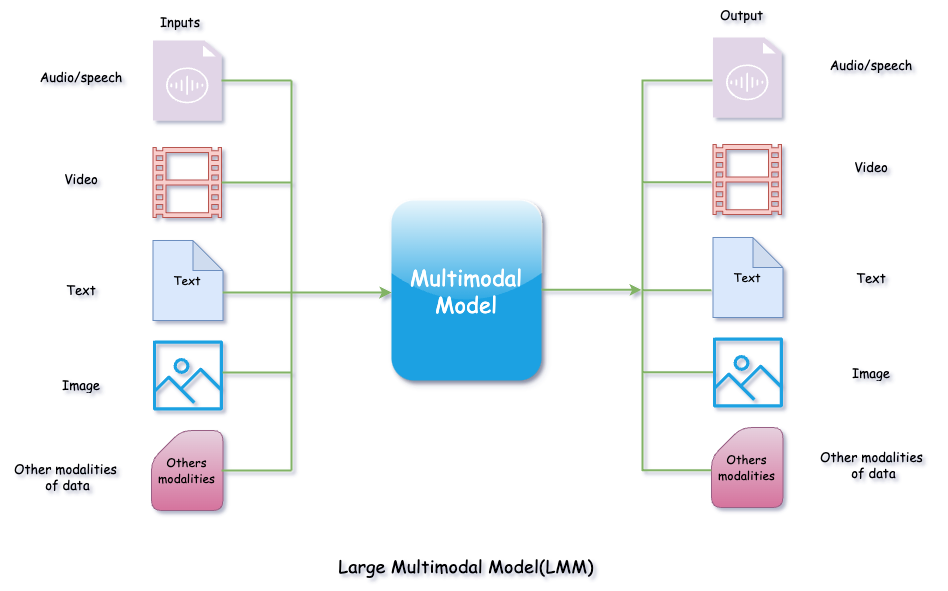
Before: static/images/posts/large-multimodal-model-prompting-with-google-gemini-and-vertex-ai/large-multimodal-model.png, a diagram exported from draw.io (dev-scripts/prakashbhandari.com.np). Source tidied: cells renumbered, new cells last; positions are measured from the earlier drawing's top-left corner, leaving out a move shared by most shapes.
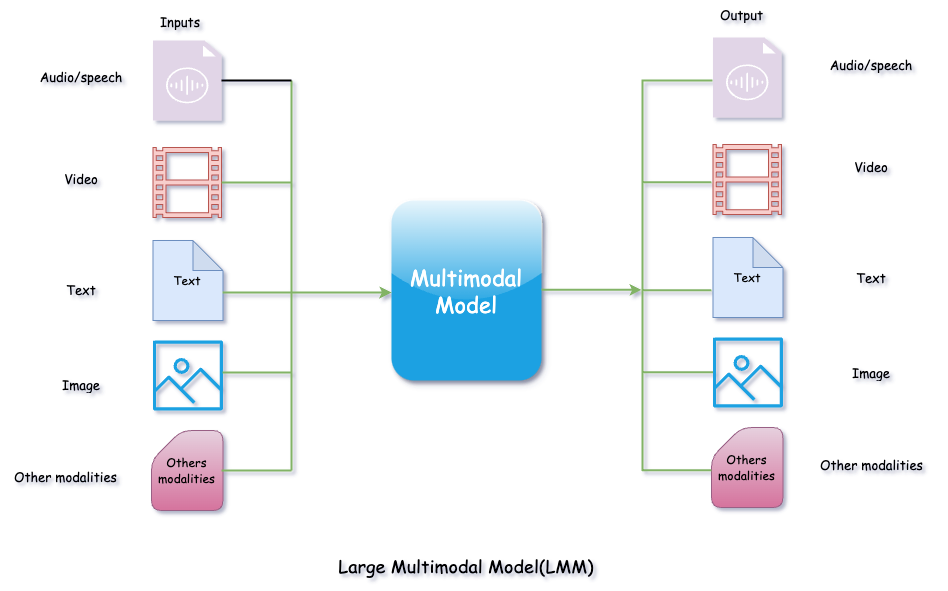
After the commit.

Diff of the diagram source:
```diff
@@ -26,7 +26,7 @@
         <mxPoint x="291" y="80" as="targetPoint" />
       </mxGeometry>
     </mxCell>
-    <mxCell id="9" style="endArrow=none;html=1;rounded=1;fillColor=#d5e8d4;strokeColor=#82b366;strokeWidth=2;" parent="1" edge="1">
+    <mxCell id="9" style="endArrow=none;html=1;rounded=1;fillColor=#d5e8d4;strokeColor=default;strokeWidth=2;" parent="1" edge="1">
       <mxGeometry relative="1" as="geometry">
         <mxPoint x="221" y="80" as="sourcePoint" />
         <mxPoint x="291" y="80" as="targetPoint" />
@@ -137,7 +137,7 @@
     <mxCell id="32" value="Image" style="text;strokeColor=none;fillColor=none;align=center;verticalAlign=middle;spacingLeft=4;spacingRight=4;overflow=hidden;whiteSpace=wrap;html=1;fontSize=13;fontFamily=Comic Sans MS;rounded=1;" parent="1" vertex="1">
       <mxGeometry x="31" y="370" width="100" height="30" as="geometry" />
     </mxCell>
-    <mxCell id="33" value="Other modalities&lt;div&gt;&amp;nbsp;of data&lt;/div&gt;" style="text;strokeColor=none;fillColor=none;align=center;verticalAlign=middle;spacingLeft=4;spacingRight=4;overflow=hidden;whiteSpace=wrap;html=1;fontSize=13;fontFamily=Comic Sans MS;rounded=1;" parent="1" vertex="1">
+    <mxCell id="33" value="Other modalities" style="text;strokeColor=none;fillColor=none;align=center;verticalAlign=middle;spacingLeft=4;spacingRight=4;overflow=hidden;whiteSpace=wrap;html=1;fontSize=13;fontFamily=Comic Sans MS;rounded=1;" parent="1" vertex="1">
       <mxGeometry y="453" width="131" height="47" as="geometry" />
     </mxCell>
     <mxCell id="34" value="Audio/speech" style="text;strokeColor=none;fillColor=none;align=center;verticalAlign=middle;spacingLeft=4;spacingRight=4;overflow=hidden;whiteSpace=wrap;html=1;fontSize=13;fontFamily=Comic Sans MS;rounded=1;" parent="1" vertex="1">
@@ -152,7 +152,7 @@
     <mxCell id="37" value="Image" style="text;strokeColor=none;fillColor=none;align=center;verticalAlign=middle;spacingLeft=4;spacingRight=4;overflow=hidden;whiteSpace=wrap;html=1;fontSize=13;fontFamily=Comic Sans MS;rounded=1;" parent="1" vertex="1">
       <mxGeometry x="821" y="358" width="100" height="30" as="geometry" />
     </mxCell>
-    <mxCell id="38" value="Other modalities&lt;div&gt;&amp;nbsp;of data&lt;/div&gt;" style="text;strokeColor=none;fillColor=none;align=center;verticalAlign=middle;spacingLeft=4;spacingRight=4;overflow=hidden;whiteSpace=wrap;html=1;fontSize=13;fontFamily=Comic Sans MS;rounded=1;" parent="1" vertex="1">
+    <mxCell id="38" value="Other modalities" style="text;strokeColor=none;fillColor=none;align=center;verticalAlign=middle;spacingLeft=4;spacingRight=4;overflow=hidden;whiteSpace=wrap;html=1;fontSize=13;fontFamily=Comic Sans MS;rounded=1;" parent="1" vertex="1">
       <mxGeometry x="805.5" y="441" width="131" height="47" as="geometry" />
     </mxCell>
     <mxCell id="39" value="Large Multimodal Model(LMM)" style="text;html=1;align=center;verticalAlign=middle;whiteSpace=wrap;rounded=0;fontSize=18;fontFamily=Comic Sans MS;" parent="1" vertex="1">
```
